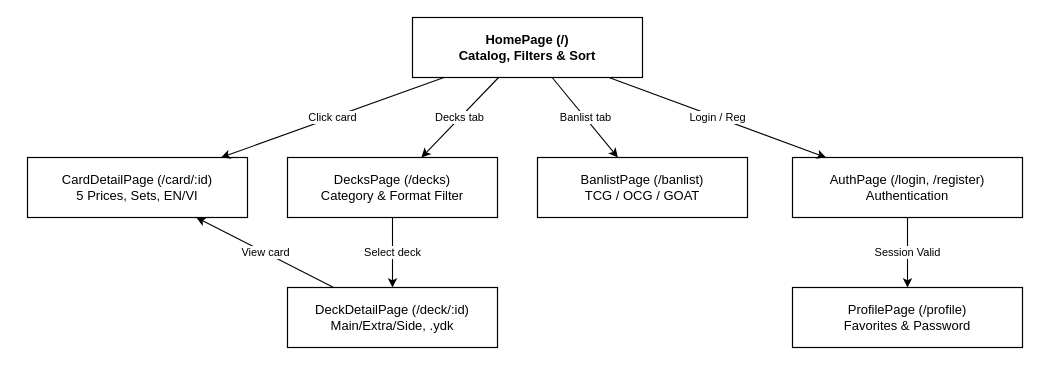
Before: page "1.4.1.1 Guest & User Screens Flow" (1 of 2) of Tai lieu/Draw.io/SRS_1_4_Screens_Flow.drawio in minhthanh1806/PROJECT_SDN, a draw.io diagram. Source tidied: cells renumbered, new cells numbered last; positions are measured from the earlier drawing's top-left corner, leaving out a move shared by most shapes. Both pictures are drawn from the tidied source at 100%, with x=0, y=0 at pixel (27, 17).
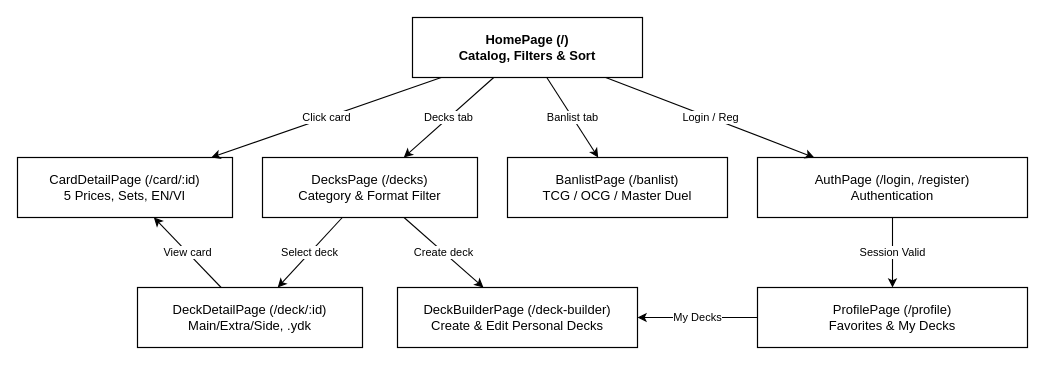
After the change.

The edit, as a diff of the source:
```diff
@@
 <mxGraphModel>
   <root>
     <mxCell id="0" />
     <mxCell id="1" parent="0" />
     <mxCell id="2" value="HomePage (/)&lt;br&gt;Catalog, Filters &amp; Sort" style="rounded=0;whiteSpace=wrap;html=1;fillColor=#ffffff;strokeColor=#000000;fontColor=#000000;fontSize=13;fontStyle=1;align=center;verticalAlign=middle;strokeWidth=1.2;" parent="1" vertex="1">
       <mxGeometry x="385" width="230" height="60" as="geometry" />
     </mxCell>
     <mxCell id="3" value="CardDetailPage (/card/:id)&lt;br&gt;5 Prices, Sets, EN/VI" style="rounded=0;whiteSpace=wrap;html=1;fillColor=#ffffff;strokeColor=#000000;fontColor=#000000;fontSize=13;align=center;verticalAlign=middle;strokeWidth=1.2;" parent="1" vertex="1">
-      <mxGeometry y="140" width="220" height="60" as="geometry" />
+      <mxGeometry x="-10" y="140" width="215" height="60" as="geometry" />
     </mxCell>
     <mxCell id="4" value="DecksPage (/decks)&lt;br&gt;Category &amp; Format Filter" style="rounded=0;whiteSpace=wrap;html=1;fillColor=#ffffff;strokeColor=#000000;fontColor=#000000;fontSize=13;align=center;verticalAlign=middle;strokeWidth=1.2;" parent="1" vertex="1">
-      <mxGeometry x="260" y="140" width="210" height="60" as="geometry" />
+      <mxGeometry x="235" y="140" width="215" height="60" as="geometry" />
     </mxCell>
-    <mxCell id="5" value="BanlistPage (/banlist)&lt;br&gt;TCG / OCG / GOAT" style="rounded=0;whiteSpace=wrap;html=1;fillColor=#ffffff;strokeColor=#000000;fontColor=#000000;fontSize=13;align=center;verticalAlign=middle;strokeWidth=1.2;" parent="1" vertex="1">
-      <mxGeometry x="510" y="140" width="210" height="60" as="geometry" />
+    <mxCell id="5" value="BanlistPage (/banlist)&lt;br&gt;TCG / OCG / Master Duel" style="rounded=0;whiteSpace=wrap;html=1;fillColor=#ffffff;strokeColor=#000000;fontColor=#000000;fontSize=13;align=center;verticalAlign=middle;strokeWidth=1.2;" parent="1" vertex="1">
+      <mxGeometry x="480" y="140" width="220" height="60" as="geometry" />
     </mxCell>
     <mxCell id="6" value="AuthPage (/login, /register)&lt;br&gt;Authentication" style="rounded=0;whiteSpace=wrap;html=1;fillColor=#ffffff;strokeColor=#000000;fontColor=#000000;fontSize=13;align=center;verticalAlign=middle;strokeWidth=1.2;" parent="1" vertex="1">
-      <mxGeometry x="765" y="140" width="230" height="60" as="geometry" />
+      <mxGeometry x="730" y="140" width="270" height="60" as="geometry" />
     </mxCell>
     <mxCell id="7" value="DeckDetailPage (/deck/:id)&lt;br&gt;Main/Extra/Side, .ydk" style="rounded=0;whiteSpace=wrap;html=1;fillColor=#ffffff;strokeColor=#000000;fontColor=#000000;fontSize=13;align=center;verticalAlign=middle;strokeWidth=1.2;" parent="1" vertex="1">
-      <mxGeometry x="260" y="270" width="210" height="60" as="geometry" />
+      <mxGeometry x="110" y="270" width="225" height="60" as="geometry" />
     </mxCell>
-    <mxCell id="8" value="ProfilePage (/profile)&lt;br&gt;Favorites &amp; Password" style="rounded=0;whiteSpace=wrap;html=1;fillColor=#ffffff;strokeColor=#000000;fontColor=#000000;fontSize=13;align=center;verticalAlign=middle;strokeWidth=1.2;" parent="1" vertex="1">
-      <mxGeometry x="765" y="270" width="230" height="60" as="geometry" />
+    <mxCell id="8" value="DeckBuilderPage (/deck-builder)&lt;br&gt;Create &amp; Edit Personal Decks" style="rounded=0;whiteSpace=wrap;html=1;fillColor=#ffffff;strokeColor=#000000;fontColor=#000000;fontSize=13;align=center;verticalAlign=middle;strokeWidth=1.2;" parent="1" vertex="1">
+      <mxGeometry x="370" y="270" width="240" height="60" as="geometry" />
     </mxCell>
-    <mxCell id="9" value="Click card" style="rounded=0;html=1;endArrow=classic;endFill=1;strokeColor=#000000;fontColor=#000000;fontSize=11;labelBackgroundColor=#ffffff;strokeWidth=1.1;" parent="1" edge="1" source="2" target="3">
-      <mxGeometry relative="1" as="geometry" />
+    <mxCell id="9" value="ProfilePage (/profile)&lt;br&gt;Favorites &amp; My Decks" style="rounded=0;whiteSpace=wrap;html=1;fillColor=#ffffff;strokeColor=#000000;fontColor=#000000;fontSize=13;align=center;verticalAlign=middle;strokeWidth=1.2;" parent="1" vertex="1">
+      <mxGeometry x="730" y="270" width="270" height="60" as="geometry" />
     </mxCell>
-    <mxCell id="10" value="Decks tab" style="rounded=0;html=1;endArrow=classic;endFill=1;strokeColor=#000000;fontColor=#000000;fontSize=11;labelBackgroundColor=#ffffff;strokeWidth=1.1;" parent="1" edge="1" source="2" target="4">
+    <mxCell id="10" value="Click card" style="rounded=0;html=1;endArrow=classic;endFill=1;strokeColor=#000000;fontColor=#000000;fontSize=11;labelBackgroundColor=#ffffff;strokeWidth=1.1;" parent="1" edge="1" source="2" target="3">
       <mxGeometry relative="1" as="geometry" />
     </mxCell>
-    <mxCell id="11" value="Banlist tab" style="rounded=0;html=1;endArrow=classic;endFill=1;strokeColor=#000000;fontColor=#000000;fontSize=11;labelBackgroundColor=#ffffff;strokeWidth=1.1;" parent="1" edge="1" source="2" target="5">
+    <mxCell id="11" value="Decks tab" style="rounded=0;html=1;endArrow=classic;endFill=1;strokeColor=#000000;fontColor=#000000;fontSize=11;labelBackgroundColor=#ffffff;strokeWidth=1.1;" parent="1" edge="1" source="2" target="4">
       <mxGeometry relative="1" as="geometry" />
     </mxCell>
-    <mxCell id="12" value="Login / Reg" style="rounded=0;html=1;endArrow=classic;endFill=1;strokeColor=#000000;fontColor=#000000;fontSize=11;labelBackgroundColor=#ffffff;strokeWidth=1.1;" parent="1" edge="1" source="2" target="6">
+    <mxCell id="12" value="Banlist tab" style="rounded=0;html=1;endArrow=classic;endFill=1;strokeColor=#000000;fontColor=#000000;fontSize=11;labelBackgroundColor=#ffffff;strokeWidth=1.1;" parent="1" edge="1" source="2" target="5">
       <mxGeometry relative="1" as="geometry" />
     </mxCell>
-    <mxCell id="13" value="Select deck" style="rounded=0;html=1;endArrow=classic;endFill=1;strokeColor=#000000;fontColor=#000000;fontSize=11;labelBackgroundColor=#ffffff;strokeWidth=1.1;" parent="1" edge="1" source="4" target="7">
+    <mxCell id="13" value="Login / Reg" style="rounded=0;html=1;endArrow=classic;endFill=1;strokeColor=#000000;fontColor=#000000;fontSize=11;labelBackgroundColor=#ffffff;strokeWidth=1.1;" parent="1" edge="1" source="2" target="6">
       <mxGeometry relative="1" as="geometry" />
     </mxCell>
-    <mxCell id="14" value="View card" style="rounded=0;html=1;endArrow=classic;endFill=1;strokeColor=#000000;fontColor=#000000;fontSize=11;labelBackgroundColor=#ffffff;strokeWidth=1.1;" parent="1" edge="1" source="7" target="3">
+    <mxCell id="14" value="Select deck" style="rounded=0;html=1;endArrow=classic;endFill=1;strokeColor=#000000;fontColor=#000000;fontSize=11;labelBackgroundColor=#ffffff;strokeWidth=1.1;" parent="1" edge="1" source="4" target="7">
       <mxGeometry relative="1" as="geometry" />
     </mxCell>
-    <mxCell id="15" value="Session Valid" style="rounded=0;html=1;endArrow=classic;endFill=1;strokeColor=#000000;fontColor=#000000;fontSize=11;labelBackgroundColor=#ffffff;strokeWidth=1.1;" parent="1" edge="1" source="6" target="8">
+    <mxCell id="15" value="Create deck" style="rounded=0;html=1;endArrow=classic;endFill=1;strokeColor=#000000;fontColor=#000000;fontSize=11;labelBackgroundColor=#ffffff;strokeWidth=1.1;" parent="1" edge="1" source="4" target="8">
       <mxGeometry relative="1" as="geometry" />
     </mxCell>
+    <mxCell id="16" value="View card" style="rounded=0;html=1;endArrow=classic;endFill=1;strokeColor=#000000;fontColor=#000000;fontSize=11;labelBackgroundColor=#ffffff;strokeWidth=1.1;" parent="1" edge="1" source="7" target="3">
+      <mxGeometry relative="1" as="geometry" />
+    </mxCell>
+    <mxCell id="17" value="Session Valid" style="rounded=0;html=1;endArrow=classic;endFill=1;strokeColor=#000000;fontColor=#000000;fontSize=11;labelBackgroundColor=#ffffff;strokeWidth=1.1;" parent="1" edge="1" source="6" target="9">
+      <mxGeometry relative="1" as="geometry" />
+    </mxCell>
+    <mxCell id="18" value="My Decks" style="rounded=0;html=1;endArrow=classic;endFill=1;strokeColor=#000000;fontColor=#000000;fontSize=11;labelBackgroundColor=#ffffff;strokeWidth=1.1;" parent="1" edge="1" source="9" target="8">
+      <mxGeometry relative="1" as="geometry" />
+    </mxCell>
   </root>
 </mxGraphModel>
```
